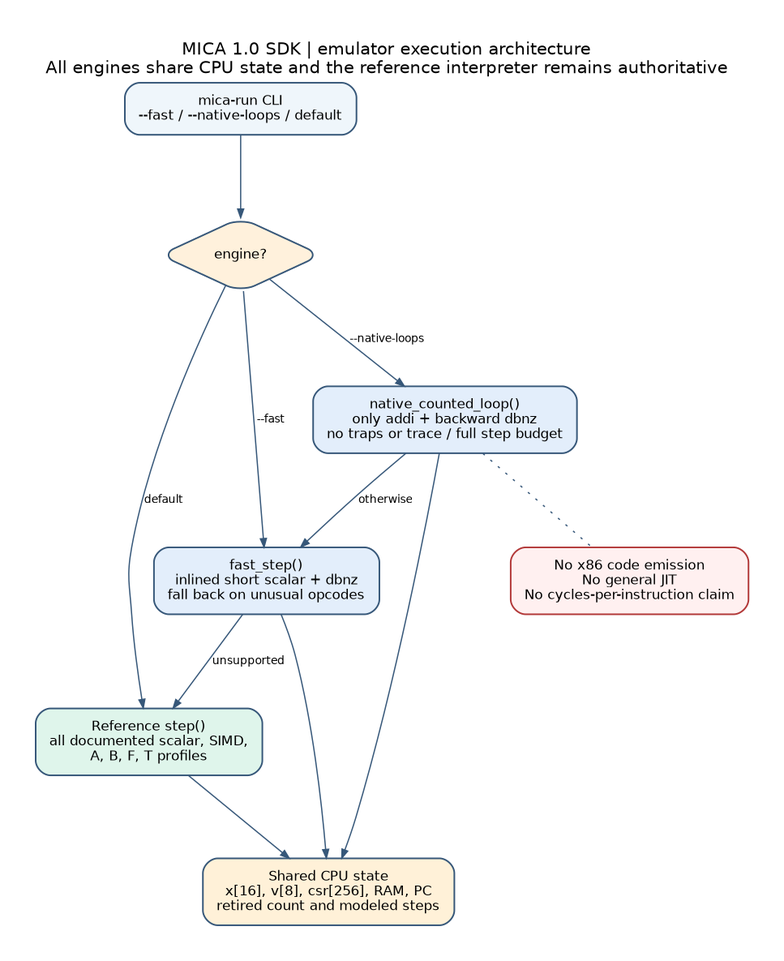
Before: schematics/16-emulator-architecture.png, a diagram exported from Graphviz (RobertFlexx/MICA). Its source is kept beside it as schematics/16-emulator-architecture.dot. Source of this version:
```dot
digraph Engine {
 graph [rankdir=TB,nodesep=0.48,ranksep=0.9,fontname="DejaVu Sans",labelloc=t,labeljust=l,pad=0.4,bgcolor="#ffffff",label="MICA 1.0 SDK | emulator execution architecture\nAll engines share CPU state and the reference interpreter remains authoritative"];
 node [shape=box,style="rounded,filled",fontname="DejaVu Sans",fontsize=11,color="#365779",penwidth=1.3,fillcolor="#eff6fb",margin="0.15,0.12"];
 edge [fontname="DejaVu Sans",fontsize=9,color="#365779",arrowsize=0.7];
 cli [label="mica-run CLI\n--fast / --native-loops / default"];
 select [shape=diamond,label="engine?",fillcolor="#fff1dc"];
 ref [label="Reference step()\nall documented scalar, SIMD,\nA, B, F, T profiles",fillcolor="#dff5eb"];
 fast [label="fast_step()\ninlined short scalar + dbnz\nfall back on unusual opcodes",fillcolor="#e3eefb"];
 trans [label="native_counted_loop()\nonly addi + backward dbnz\nno traps or trace / full step budget",fillcolor="#e3eefb"];
 state [label="Shared CPU state\nx[16], v[8], csr[256], RAM, PC\nretired count and modeled steps",fillcolor="#fff1d8"];
 bad [label="No x86 code emission\nNo general JIT\nNo cycles-per-instruction claim",fillcolor="#fff0f0",color="#b23838"];
 cli -> select;
 select -> ref [label="default"];
 select -> fast [label="--fast"];
 select -> trans [label="--native-loops"];
 trans -> fast [label="otherwise"];
 fast -> ref [label="unsupported"];
 ref -> state; fast -> state; trans -> state;
 trans -> bad [style=dotted,arrowhead=none];
}
```
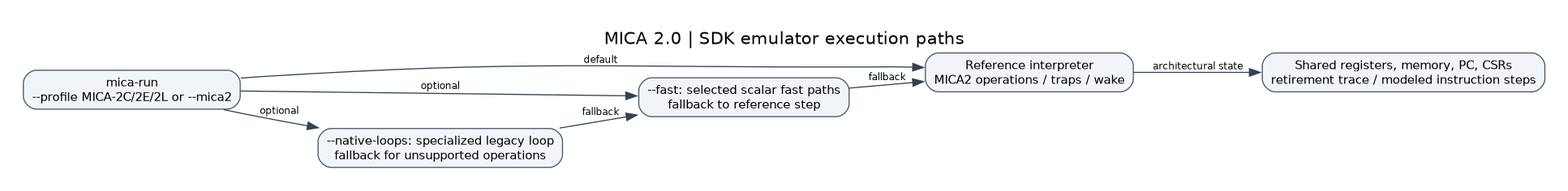
The same file after the commit.

Diff of the diagram source:
```diff
@@ -1,20 +1,17 @@
-digraph Engine {
- graph [rankdir=TB,nodesep=0.48,ranksep=0.9,fontname="DejaVu Sans",labelloc=t,labeljust=l,pad=0.4,bgcolor="#ffffff",label="MICA 1.0 SDK | emulator execution architecture\nAll engines share CPU state and the reference interpreter remains authoritative"];
- node [shape=box,style="rounded,filled",fontname="DejaVu Sans",fontsize=11,color="#365779",penwidth=1.3,fillcolor="#eff6fb",margin="0.15,0.12"];
- edge [fontname="DejaVu Sans",fontsize=9,color="#365779",arrowsize=0.7];
- cli [label="mica-run CLI\n--fast / --native-loops / default"];
- select [shape=diamond,label="engine?",fillcolor="#fff1dc"];
- ref [label="Reference step()\nall documented scalar, SIMD,\nA, B, F, T profiles",fillcolor="#dff5eb"];
- fast [label="fast_step()\ninlined short scalar + dbnz\nfall back on unusual opcodes",fillcolor="#e3eefb"];
- trans [label="native_counted_loop()\nonly addi + backward dbnz\nno traps or trace / full step budget",fillcolor="#e3eefb"];
- state [label="Shared CPU state\nx[16], v[8], csr[256], RAM, PC\nretired count and modeled steps",fillcolor="#fff1d8"];
- bad [label="No x86 code emission\nNo general JIT\nNo cycles-per-instruction claim",fillcolor="#fff0f0",color="#b23838"];
- cli -> select;
- select -> ref [label="default"];
- select -> fast [label="--fast"];
- select -> trans [label="--native-loops"];
- trans -> fast [label="otherwise"];
- fast -> ref [label="unsupported"];
- ref -> state; fast -> state; trans -> state;
- trans -> bad [style=dotted,arrowhead=none];
+digraph G {
+graph [rankdir=LR,labelloc=t,fontname="DejaVu Sans",fontsize=16,pad=0.3];
+node [shape=box,style="rounded,filled",fillcolor="#f1f5f9",color="#475569",fontname="DejaVu Sans",fontsize=11];
+edge [fontname="DejaVu Sans",fontsize=9,color="#334155"];
+label="MICA 2.0 | SDK emulator execution paths";
+cli [label="mica-run\n--profile MICA-2C/2E/2L or --mica2"];
+reference [label="Reference interpreter\nMICA2 operations / traps / wake"];
+fast [label="--fast: selected scalar fast paths\nfallback to reference step"];
+native [label="--native-loops: specialized legacy loop\nfallback for unsupported operations"];
+state [label="Shared registers, memory, PC, CSRs\nretirement trace / modeled instruction steps"];
+cli -> reference [label="default"];
+cli -> fast [label="optional"];
+cli -> native [label="optional"];
+native -> fast [label="fallback"];
+fast -> reference [label="fallback"];
+reference -> state [label="architectural state"];
 }
```
